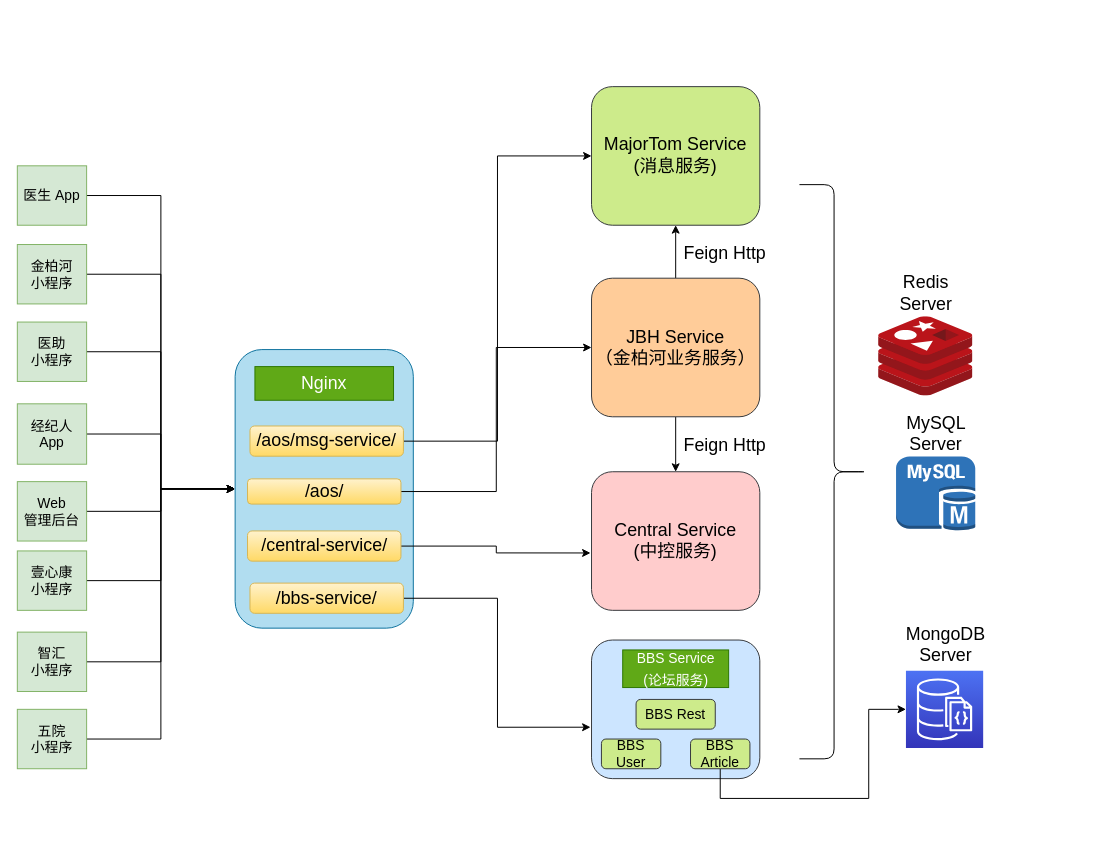
The draw.io diagram jbh/系统拓扑.drawio in GitHeP/diagrams, before the edit. Source tidied: cells renumbered, new cells numbered last; positions are measured from the earlier drawing's top-left corner, leaving out a move shared by most shapes. Both pictures are drawn from the tidied source at 99%, with x=0, y=0 at pixel (17, 86).
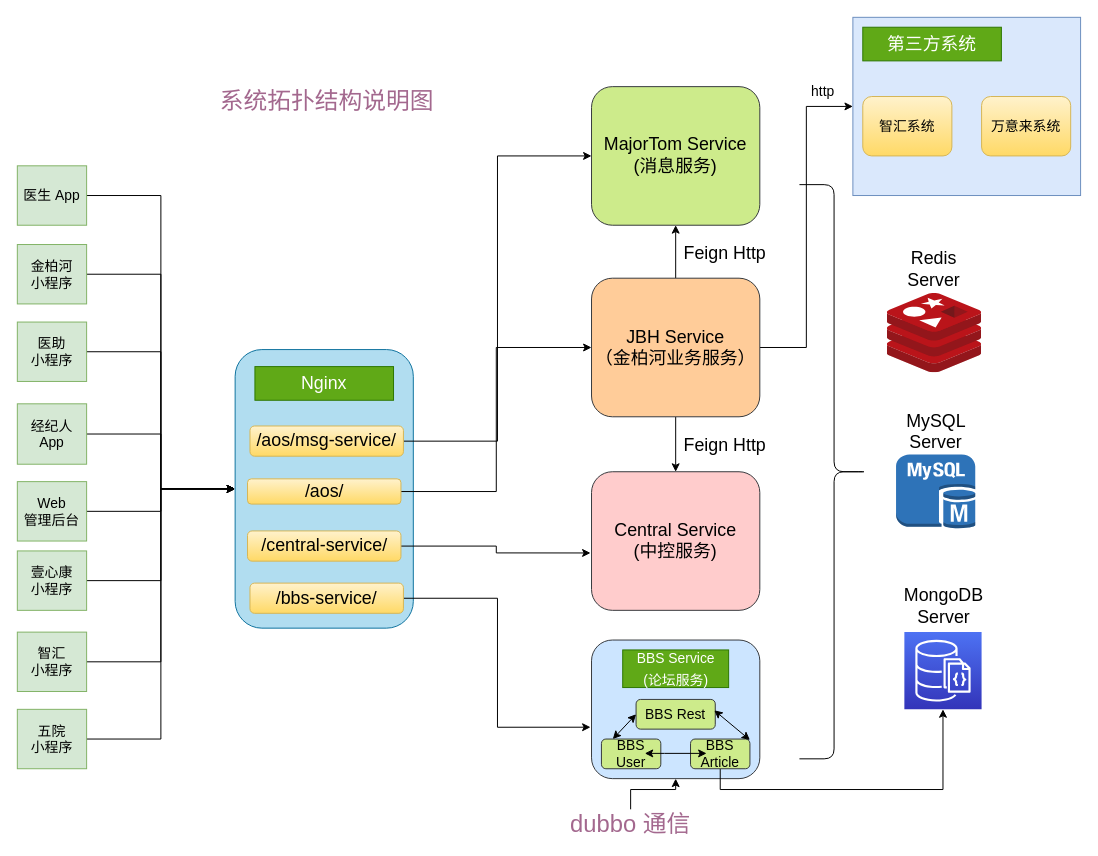
Above is the later version.

Commit message (it also covers changes not shown here):
更新系统拓扑.drawio

Unchanged cells that the change refers to:
```xml
<mxCell id="6" value="&lt;font style=&quot;font-size: 18px;&quot;&gt;JBH Service&lt;br&gt;（金柏河业务服务）&lt;br&gt;&lt;/font&gt;" style="rounded=1;whiteSpace=wrap;html=1;fillColor=#ffcc99;strokeColor=#36393d;" parent="1" vertex="1">
  <mxGeometry x="580" y="193.5" width="170" height="140" as="geometry" />
</mxCell>
<mxCell id="24" value="&lt;font style=&quot;&quot;&gt;&lt;br&gt;&lt;/font&gt;" style="rounded=1;whiteSpace=wrap;html=1;fillColor=#cce5ff;strokeColor=#36393d;" parent="1" vertex="1">
  <mxGeometry x="580" y="559" width="170" height="140" as="geometry" />
</mxCell>
<mxCell id="27" value="BBS Rest" style="rounded=1;whiteSpace=wrap;html=1;fontSize=14;fillColor=#cdeb8b;strokeColor=#36393d;" parent="1" vertex="1">
  <mxGeometry x="625" y="619" width="80" height="30" as="geometry" />
</mxCell>
<mxCell id="29" value="BBS Article" style="rounded=1;whiteSpace=wrap;html=1;fontSize=14;fillColor=#cdeb8b;strokeColor=#36393d;" parent="1" vertex="1">
  <mxGeometry x="680" y="659" width="60" height="30" as="geometry" />
</mxCell>
```

The edit, as a diff of the source:
```diff
@@
+    <mxCell id="48" style="rounded=0;whiteSpace=wrap;html=1;fontSize=14;fillColor=#dae8fc;strokeColor=#6c8ebf;" parent="1" vertex="1">
+      <mxGeometry x="844" y="-70" width="230" height="180" as="geometry" />
+    </mxCell>
     <mxCell id="2" style="dashed=0;verticalLabelPosition=bottom;verticalAlign=top;align=center;html=1;shape=mxgraph.aws3.mysql_db_instance;fillColor=#2E73B8;gradientColor=none;" parent="1" vertex="1">
-      <mxGeometry x="887.6" y="373.5" width="80" height="74.9" as="geometry" />
+      <mxGeometry x="887.6" y="371.6" width="80" height="74.9" as="geometry" />
     </mxCell>
     <mxCell id="3" style="sketch=0;html=1;align=center;image;fontSize=12;image=img/lib/mscae/Cache_Redis_Product.svg;" parent="1" vertex="1">
-      <mxGeometry x="870" y="232.5" width="95.2" height="80" as="geometry" />
+      <mxGeometry x="878.8" y="209" width="95.2" height="80" as="geometry" />
     </mxCell>
@@
+    <mxCell id="49" style="edgeStyle=orthogonalEdgeStyle;rounded=0;jettySize=auto;html=1;entryX=0;entryY=0.5;entryDx=0;entryDy=0;fontSize=14;" parent="1" edge="1" source="6" target="48">
+      <mxGeometry relative="1" as="geometry" />
+    </mxCell>
@@
     <mxCell id="11" value="Redis Server" style="text;html=1;strokeColor=none;fillColor=none;align=center;verticalAlign=middle;whiteSpace=wrap;rounded=0;fontSize=18;" parent="1" vertex="1">
-      <mxGeometry x="887.6" y="193.5" width="60" height="30" as="geometry" />
+      <mxGeometry x="896.4" y="170" width="60" height="30" as="geometry" />
     </mxCell>
     <mxCell id="12" value="MySQL Server" style="text;html=1;strokeColor=none;fillColor=none;align=center;verticalAlign=middle;whiteSpace=wrap;rounded=0;fontSize=18;" parent="1" vertex="1">
-      <mxGeometry x="897.6" y="333.5" width="60" height="34.5" as="geometry" />
+      <mxGeometry x="897.6" y="331.6" width="60" height="34.5" as="geometry" />
     </mxCell>
@@
-    <mxCell id="28" style="edgeStyle=orthogonalEdgeStyle;rounded=0;jettySize=auto;html=1;entryX=0;entryY=0.5;entryDx=0;entryDy=0;entryPerimeter=0;fontSize=14;" parent="1" edge="1" source="29" target="30">
-      <mxGeometry x="0.02" y="-25" relative="1" as="geometry">
+    <mxCell id="28" style="edgeStyle=orthogonalEdgeStyle;rounded=0;jettySize=auto;html=1;entryX=0.5;entryY=1;entryDx=0;entryDy=0;entryPerimeter=0;fontSize=14;" parent="1" edge="1" source="29" target="30">
+      <mxGeometry relative="1" as="geometry">
         <Array as="points">
-          <mxPoint x="710" y="719" />
-          <mxPoint x="860" y="719" />
-          <mxPoint x="860" y="629" />
-          <mxPoint x="890" y="629" />
+          <mxPoint x="710" y="710" />
+          <mxPoint x="935" y="710" />
         </Array>
       </mxGeometry>
     </mxCell>
@@
     <mxCell id="30" style="sketch=0;points=[[0,0,0],[0.25,0,0],[0.5,0,0],[0.75,0,0],[1,0,0],[0,1,0],[0.25,1,0],[0.5,1,0],[0.75,1,0],[1,1,0],[0,0.25,0],[0,0.5,0],[0,0.75,0],[1,0.25,0],[1,0.5,0],[1,0.75,0]];outlineConnect=0;fontColor=#232F3E;gradientColor=#4D72F3;gradientDirection=north;fillColor=#3334B9;strokeColor=#ffffff;dashed=0;verticalLabelPosition=bottom;verticalAlign=top;align=center;html=1;fontSize=12;fontStyle=0;shape=mxgraph.aws4.resourceIcon;resIcon=mxgraph.aws4.documentdb_with_mongodb_compatibility;" parent="1" vertex="1">
-      <mxGeometry x="897.6" y="590" width="78" height="78" as="geometry" />
+      <mxGeometry x="896" y="551" width="78" height="78" as="geometry" />
     </mxCell>
     <mxCell id="31" value="MongoDB Server" style="text;html=1;strokeColor=none;fillColor=none;align=center;verticalAlign=middle;whiteSpace=wrap;rounded=0;fontSize=18;" parent="1" vertex="1">
-      <mxGeometry x="907.6" y="547" width="60" height="34.5" as="geometry" />
+      <mxGeometry x="906" y="508" width="60" height="34.5" as="geometry" />
     </mxCell>
@@
+    <mxCell id="50" value="智汇系统" style="rounded=1;whiteSpace=wrap;html=1;fontSize=14;fillColor=#fff2cc;strokeColor=#d6b656;gradientColor=#ffd966;" parent="1" vertex="1">
+      <mxGeometry x="854" y="10" width="90" height="60" as="geometry" />
+    </mxCell>
+    <mxCell id="51" value="万意来系统" style="rounded=1;whiteSpace=wrap;html=1;fontSize=14;fillColor=#fff2cc;gradientColor=#ffd966;strokeColor=#d6b656;" parent="1" vertex="1">
+      <mxGeometry x="974" y="10" width="90" height="60" as="geometry" />
+    </mxCell>
+    <mxCell id="52" value="第三方系统" style="rounded=0;whiteSpace=wrap;html=1;fontSize=18;fillColor=#60a917;fontColor=#ffffff;strokeColor=#2D7600;" parent="1" vertex="1">
+      <mxGeometry x="854" y="-60" width="140" height="34" as="geometry" />
+    </mxCell>
+    <mxCell id="53" value="&lt;font style=&quot;font-size: 14px;&quot;&gt;http&lt;/font&gt;" style="text;html=1;strokeColor=none;fillColor=none;align=center;verticalAlign=middle;whiteSpace=wrap;rounded=0;fontSize=14;" parent="1" vertex="1">
+      <mxGeometry x="784" y="-10" width="60" height="30" as="geometry" />
+    </mxCell>
+    <mxCell id="54" value="&lt;font color=&quot;#a3688e&quot; style=&quot;font-size: 24px;&quot;&gt;系统拓扑结构说明图&lt;/font&gt;" style="text;html=1;strokeColor=none;fillColor=none;align=center;verticalAlign=middle;whiteSpace=wrap;rounded=0;fontSize=14;" parent="1" vertex="1">
+      <mxGeometry x="159.5" width="306" height="30" as="geometry" />
+    </mxCell>
+    <mxCell id="55" style="endArrow=classic;startArrow=classic;html=1;rounded=0;fontSize=24;fontColor=#A3688E;" parent="1" edge="1">
+      <mxGeometry relative="1" as="geometry">
+        <mxPoint x="633.8" y="673.5" as="sourcePoint" />
+        <mxPoint x="696.2" y="673.5" as="targetPoint" />
+        <Array as="points">
+          <mxPoint x="653.8" y="673.5" />
+        </Array>
+      </mxGeometry>
+    </mxCell>
+    <mxCell id="56" style="endArrow=classic;startArrow=classic;html=1;rounded=0;fontSize=24;fontColor=#A3688E;entryX=0;entryY=0.5;entryDx=0;entryDy=0;" parent="1" edge="1" target="27">
+      <mxGeometry relative="1" as="geometry">
+        <mxPoint x="601.5" y="659" as="sourcePoint" />
+      </mxGeometry>
+    </mxCell>
+    <mxCell id="57" style="endArrow=classic;startArrow=classic;html=1;rounded=0;fontSize=24;fontColor=#A3688E;" parent="1" edge="1">
+      <mxGeometry relative="1" as="geometry">
+        <mxPoint x="704" y="630" as="sourcePoint" />
+        <mxPoint x="740" y="660" as="targetPoint" />
+      </mxGeometry>
+    </mxCell>
+    <mxCell id="58" style="edgeStyle=orthogonalEdgeStyle;rounded=0;jettySize=auto;html=1;entryX=0.5;entryY=1;entryDx=0;entryDy=0;fontSize=24;fontColor=#A3688E;" parent="1" edge="1" source="59" target="24">
+      <mxGeometry relative="1" as="geometry" />
+    </mxCell>
+    <mxCell id="59" value="dubbo 通信" style="text;html=1;strokeColor=none;fillColor=none;align=center;verticalAlign=middle;whiteSpace=wrap;rounded=0;fontSize=24;fontColor=#A3688E;" parent="1" vertex="1">
+      <mxGeometry x="545" y="730" width="149" height="30" as="geometry" />
+    </mxCell>
```
